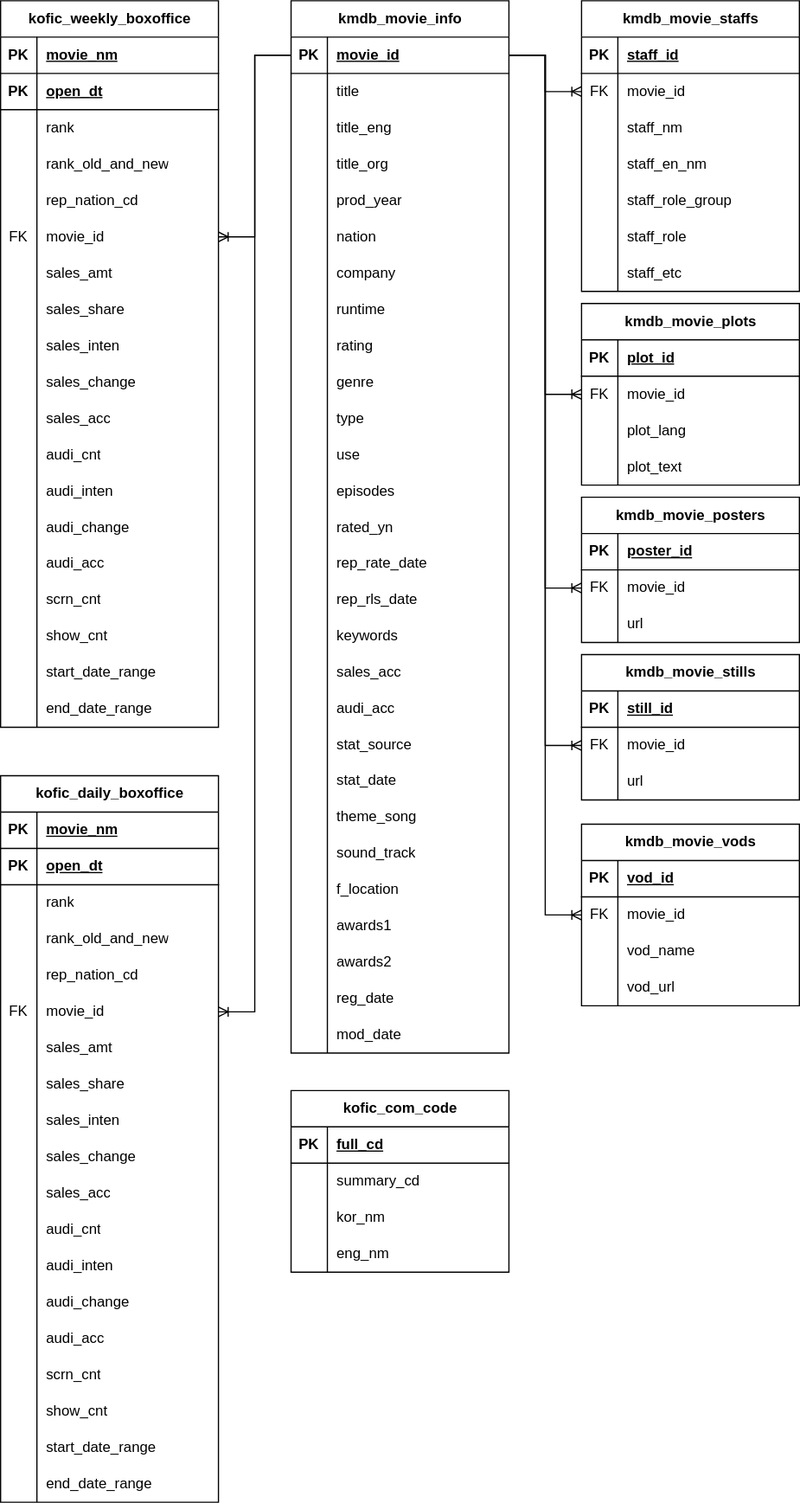
This is cine-info-erd.svg from moner050/cine-info, a draw.io export, as it was before one commit. Source tidied: cells renumbered, new cells last; positions are measured from the earlier drawing's top-left corner, leaving out a move shared by most shapes.
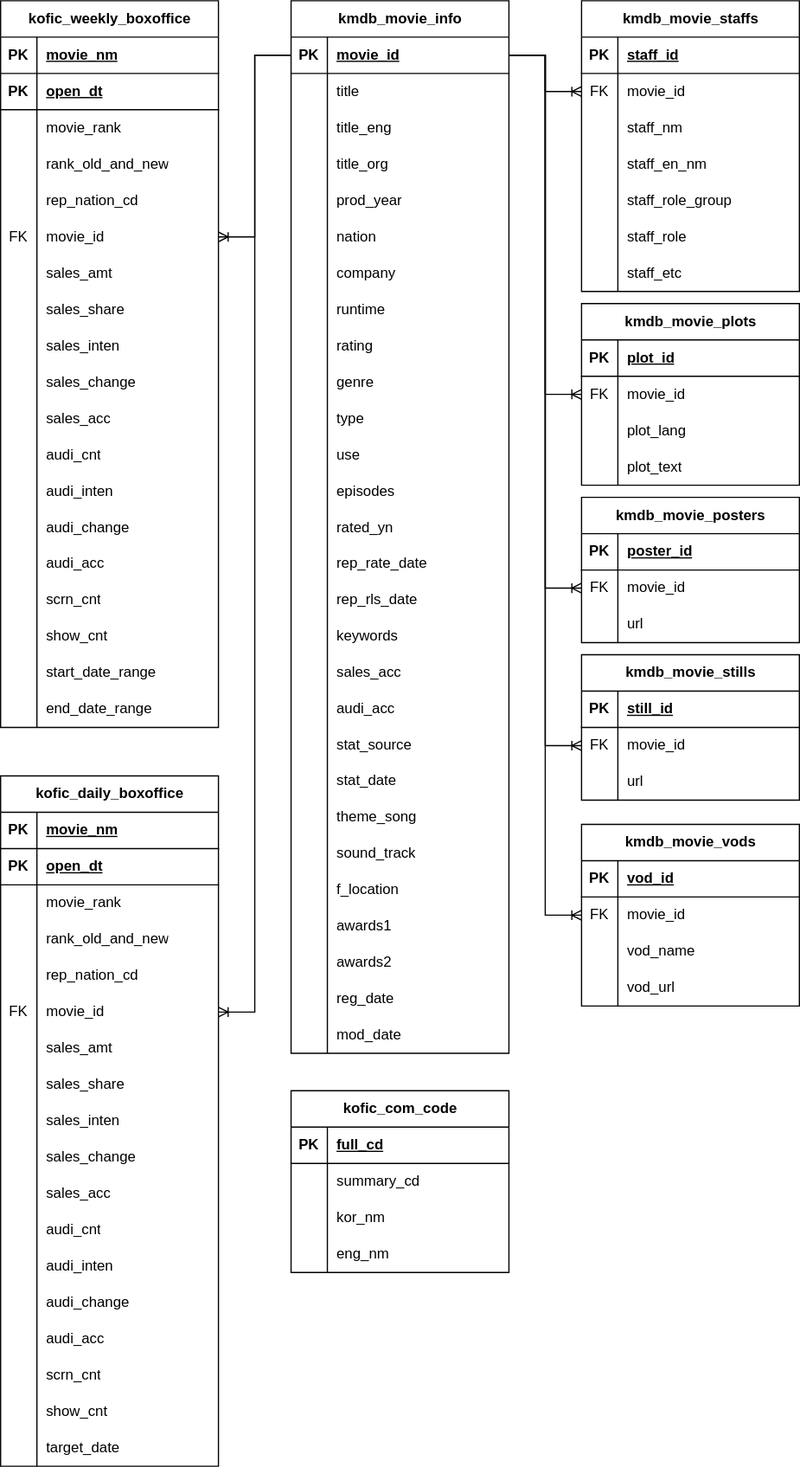
After the commit.

Commit message:
Docs: 주간 및 일간 박스오피스 ERD 수정

What changed in the source:
```diff
@@ -29,7 +29,7 @@
     <mxCell id="10" style="shape=partialRectangle;fillColor=none;top=0;left=0;bottom=0;right=0;overflow=hidden;whiteSpace=wrap;html=1;" parent="9" vertex="1">
       <mxGeometry width="30" height="30" as="geometry" />
     </mxCell>
-    <mxCell id="11" value="rank" style="shape=partialRectangle;fillColor=none;top=0;left=0;bottom=0;right=0;align=left;spacingLeft=6;overflow=hidden;whiteSpace=wrap;html=1;" parent="9" vertex="1">
+    <mxCell id="11" value="movie_rank" style="shape=partialRectangle;fillColor=none;top=0;left=0;bottom=0;right=0;align=left;spacingLeft=6;overflow=hidden;whiteSpace=wrap;html=1;" parent="9" vertex="1">
       <mxGeometry x="30" width="150" height="30" as="geometry" />
     </mxCell>
     <mxCell id="12" style="shape=tableRow;horizontal=0;startSize=0;swimlaneHead=0;swimlaneBody=0;fillColor=none;top=0;left=0;right=0;bottom=0;" parent="2" vertex="1">
@@ -177,7 +177,7 @@
       <mxGeometry x="30" width="150" height="30" as="geometry" />
     </mxCell>
     <mxCell id="60" value="kofic_daily_boxoffice" style="shape=table;startSize=30;rowLines=0;fontStyle=1;align=center;html=1;" parent="1" vertex="1">
-      <mxGeometry y="640" width="180" height="600" as="geometry" />
+      <mxGeometry y="640" width="180" height="570" as="geometry" />
     </mxCell>
     <mxCell id="61" style="shape=tableRow;horizontal=0;startSize=0;swimlaneHead=0;swimlaneBody=0;fillColor=none;top=0;left=0;right=0;bottom=1;" parent="60" vertex="1">
       <mxGeometry y="30" width="180" height="30" as="geometry" />
@@ -203,7 +203,7 @@
     <mxCell id="68" style="shape=partialRectangle;fillColor=none;top=0;left=0;bottom=0;right=0;overflow=hidden;whiteSpace=wrap;html=1;" parent="67" vertex="1">
       <mxGeometry width="30" height="30" as="geometry" />
     </mxCell>
-    <mxCell id="69" value="rank" style="shape=partialRectangle;fillColor=none;top=0;left=0;bottom=0;right=0;align=left;spacingLeft=6;overflow=hidden;whiteSpace=wrap;html=1;" parent="67" vertex="1">
+    <mxCell id="69" value="movie_rank" style="shape=partialRectangle;fillColor=none;top=0;left=0;bottom=0;right=0;align=left;spacingLeft=6;overflow=hidden;whiteSpace=wrap;html=1;" parent="67" vertex="1">
       <mxGeometry x="30" width="150" height="30" as="geometry" />
     </mxCell>
     <mxCell id="70" style="shape=tableRow;horizontal=0;startSize=0;swimlaneHead=0;swimlaneBody=0;fillColor=none;top=0;left=0;right=0;bottom=0;" parent="60" vertex="1">
@@ -338,18 +338,9 @@
     <mxCell id="113" style="shape=partialRectangle;fillColor=none;top=0;left=0;bottom=0;right=0;overflow=hidden;whiteSpace=wrap;html=1;" parent="112" vertex="1">
       <mxGeometry width="30" height="30" as="geometry" />
     </mxCell>
-    <mxCell id="114" value="start_date_range" style="shape=partialRectangle;fillColor=none;top=0;left=0;bottom=0;right=0;align=left;spacingLeft=6;overflow=hidden;whiteSpace=wrap;html=1;" parent="112" vertex="1">
+    <mxCell id="114" value="target_&lt;span style=&quot;background-color: initial;&quot;&gt;date&lt;/span&gt;" style="shape=partialRectangle;fillColor=none;top=0;left=0;bottom=0;right=0;align=left;spacingLeft=6;overflow=hidden;whiteSpace=wrap;html=1;" parent="112" vertex="1">
       <mxGeometry x="30" width="150" height="30" as="geometry" />
     </mxCell>
-    <mxCell id="115" style="shape=tableRow;horizontal=0;startSize=0;swimlaneHead=0;swimlaneBody=0;fillColor=none;top=0;left=0;right=0;bottom=0;" parent="60" vertex="1">
-      <mxGeometry y="570" width="180" height="30" as="geometry" />
-    </mxCell>
-    <mxCell id="116" style="shape=partialRectangle;fillColor=none;top=0;left=0;bottom=0;right=0;overflow=hidden;whiteSpace=wrap;html=1;" parent="115" vertex="1">
-      <mxGeometry width="30" height="30" as="geometry" />
-    </mxCell>
-    <mxCell id="117" value="end_date_range" style="shape=partialRectangle;fillColor=none;top=0;left=0;bottom=0;right=0;align=left;spacingLeft=6;overflow=hidden;whiteSpace=wrap;html=1;" parent="115" vertex="1">
-      <mxGeometry x="30" width="150" height="30" as="geometry" />
-    </mxCell>
     <mxCell id="118" value="kofic_com_code" style="shape=table;startSize=30;rowLines=0;fontStyle=1;align=center;html=1;" parent="1" vertex="1">
       <mxGeometry x="240" y="900" width="180" height="150" as="geometry" />
     </mxCell>
```
